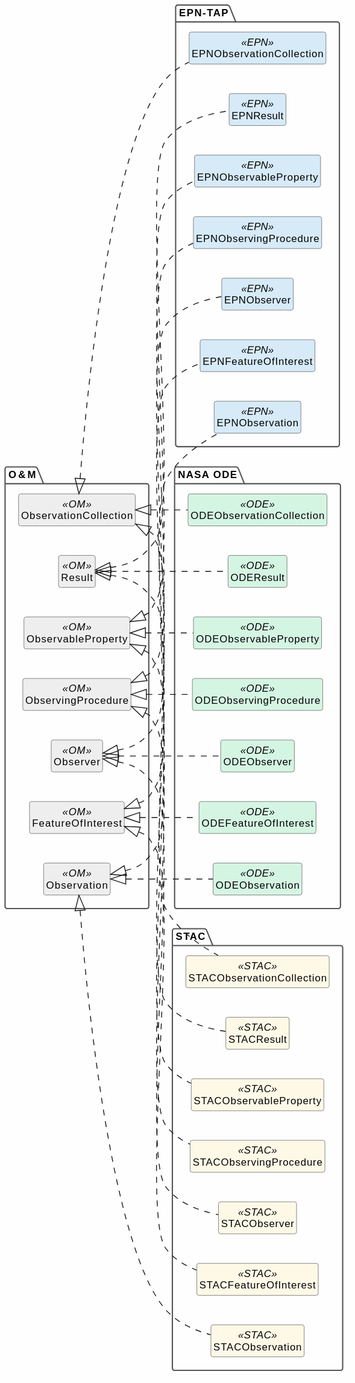
pdssp/pdssp_data_model keeps this PlantUML diagram as images/om-alignment-overview.svg. Above is the earlier version.
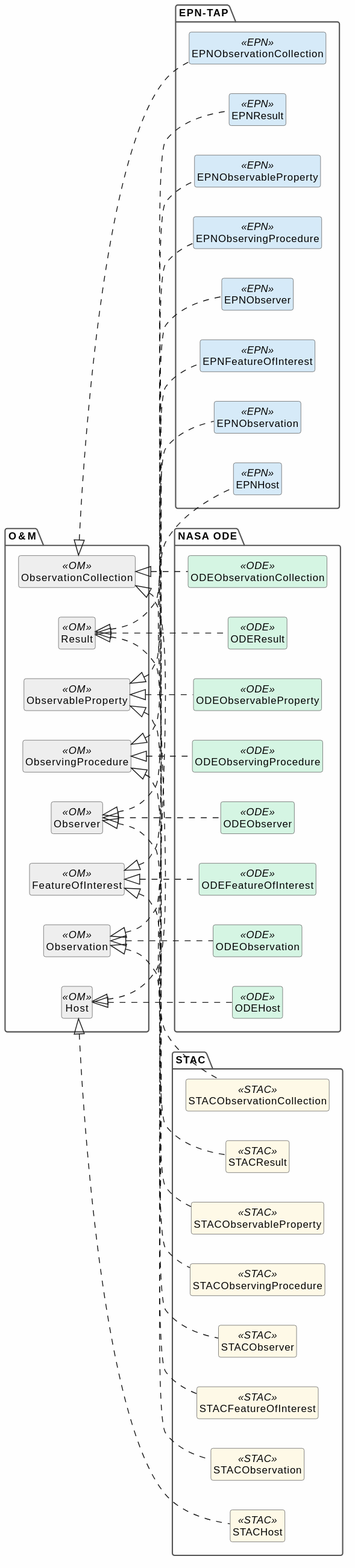
The same diagram one commit later.

Diff of the diagram source:
```diff
@@ -28,6 +28,7 @@
 }
 
 package "O&M" {
+  class "Host" <<OM>>
   class "Observation" <<OM>>
   class "FeatureOfInterest" <<OM>>
   class "Observer" <<OM>>
@@ -38,6 +39,7 @@
 }
 
 package "EPN-TAP" {
+  class "EPNHost" <<EPN>>
   class "EPNObservation" <<EPN>>
   class "EPNFeatureOfInterest" <<EPN>>
   class "EPNObserver" <<EPN>>
@@ -48,6 +50,7 @@
 }
 
 package "NASA ODE" {
+  class "ODEHost" <<ODE>>
   class "ODEObservation" <<ODE>>
   class "ODEFeatureOfInterest" <<ODE>>
   class "ODEObserver" <<ODE>>
@@ -58,6 +61,7 @@
 }
 
 package "STAC" {
+  class "STACHost" <<STAC>>
   class "STACObservation" <<STAC>>
   class "STACFeatureOfInterest" <<STAC>>
   class "STACObserver" <<STAC>>
@@ -66,6 +70,10 @@
   class "STACResult" <<STAC>>
   class "STACObservationCollection" <<STAC>>
 }
+
+"Host" <|.. "EPNHost"
+"Host" <|.. "ODEHost"
+"Host" <|.. "STACHost"
 
 "Observation" <|.. "EPNObservation"
 "Observation" <|.. "ODEObservation"
```
